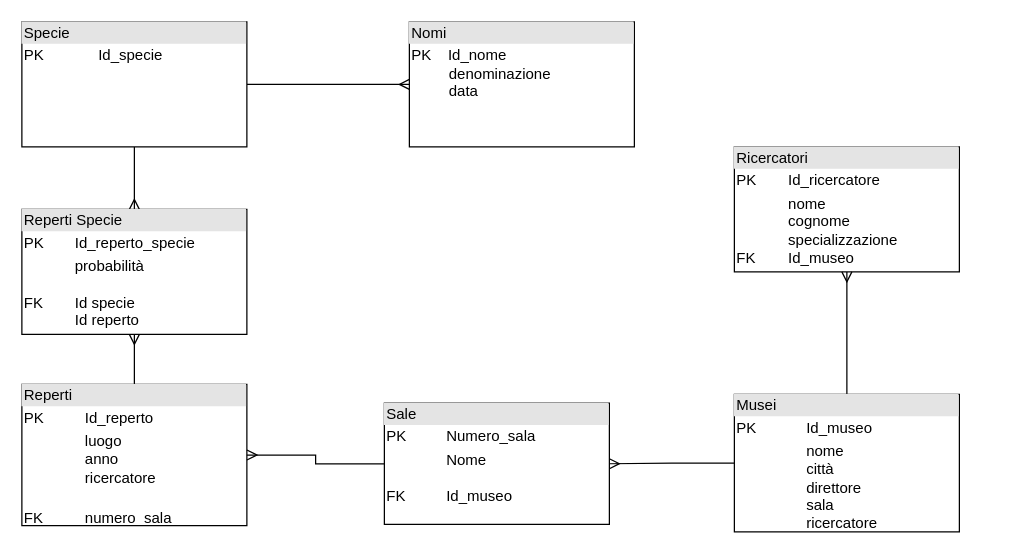
Above: Paleontologia.drawio in ObvTella/Informatica-Melita (draw.io), before the change. Source tidied: cells renumbered, new cells numbered last; positions are measured from the earlier drawing's top-left corner, leaving out a move shared by most shapes. Both pictures are drawn from the tidied source at 125%, with x=0, y=0 at pixel (21, 21).
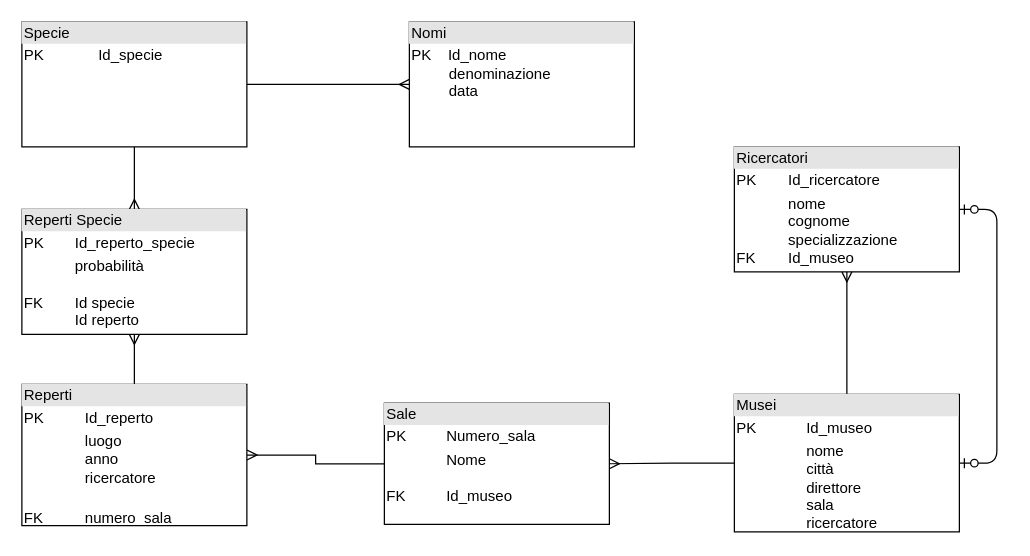
After the change.

Commit message:
added direttore reference

The edit, as a diff of the source:
```diff
@@
 <mxGraphModel background="#ffffff">
   <root>
     <mxCell id="0" />
     <mxCell id="1" parent="0" />
     <mxCell id="2" style="edgeStyle=orthogonalEdgeStyle;rounded=0;jettySize=auto;html=1;entryX=0.5;entryY=1;entryDx=0;entryDy=0;endArrow=ERmany;endFill=0;" parent="1" edge="1" source="3" target="16">
       <mxGeometry relative="1" as="geometry" />
     </mxCell>
     <mxCell id="3" value="&lt;div style=&quot;box-sizing: border-box ; width: 100% ; background: #e4e4e4 ; padding: 2px&quot;&gt;Reperti&lt;/div&gt;&lt;table style=&quot;width: 100% ; font-size: 1em&quot; cellpadding=&quot;2&quot; cellspacing=&quot;0&quot;&gt;&lt;tbody&gt;&lt;tr&gt;&lt;td&gt;PK&lt;/td&gt;&lt;td&gt;Id_reperto&lt;/td&gt;&lt;/tr&gt;&lt;tr&gt;&lt;td&gt;&amp;nbsp; &amp;nbsp; &amp;nbsp; &amp;nbsp;&lt;br&gt;&lt;br&gt;&lt;/td&gt;&lt;td&gt;luogo&lt;br&gt;anno&lt;br&gt;ricercatore&lt;br&gt;&lt;br&gt;&lt;/td&gt;&lt;/tr&gt;&lt;tr&gt;&lt;td&gt;FK&amp;nbsp;&amp;nbsp;&lt;/td&gt;&lt;td&gt;numero_sala&lt;br&gt;&lt;/td&gt;&lt;/tr&gt;&lt;/tbody&gt;&lt;/table&gt;" style="verticalAlign=top;align=left;overflow=fill;html=1;" parent="1" vertex="1">
       <mxGeometry y="290" width="180" height="113" as="geometry" />
     </mxCell>
     <mxCell id="4" value="&lt;div style=&quot;box-sizing: border-box ; width: 100% ; background: #e4e4e4 ; padding: 2px&quot;&gt;Ricercatori&lt;/div&gt;&lt;table style=&quot;width: 100% ; font-size: 1em&quot; cellpadding=&quot;2&quot; cellspacing=&quot;0&quot;&gt;&lt;tbody&gt;&lt;tr&gt;&lt;td&gt;PK&lt;/td&gt;&lt;td&gt;Id_ricercatore&lt;/td&gt;&lt;/tr&gt;&lt;tr&gt;&lt;td&gt;&amp;nbsp; &amp;nbsp; &amp;nbsp; &amp;nbsp;&lt;br&gt;&lt;br&gt;&lt;br&gt;FK&lt;/td&gt;&lt;td&gt;nome&lt;br&gt;cognome&lt;br&gt;specializzazione&lt;br&gt;Id_museo&lt;/td&gt;&lt;/tr&gt;&lt;/tbody&gt;&lt;/table&gt;" style="verticalAlign=top;align=left;overflow=fill;html=1;" parent="1" vertex="1">
       <mxGeometry x="570" y="100" width="180" height="100" as="geometry" />
     </mxCell>
     <mxCell id="5" style="edgeStyle=orthogonalEdgeStyle;rounded=0;jettySize=auto;html=1;entryX=1;entryY=0.5;entryDx=0;entryDy=0;endArrow=ERmany;endFill=0;" parent="1" edge="1" source="6" target="3">
       <mxGeometry relative="1" as="geometry" />
     </mxCell>
     <mxCell id="6" value="&lt;div style=&quot;box-sizing: border-box ; width: 100% ; background: #e4e4e4 ; padding: 2px&quot;&gt;Sale&lt;/div&gt;&lt;table style=&quot;width: 100% ; font-size: 1em&quot; cellpadding=&quot;2&quot; cellspacing=&quot;0&quot;&gt;&lt;tbody&gt;&lt;tr&gt;&lt;td&gt;PK&lt;/td&gt;&lt;td&gt;Numero_sala&lt;/td&gt;&lt;/tr&gt;&lt;tr&gt;&lt;td&gt;&amp;nbsp; &amp;nbsp; &amp;nbsp; &amp;nbsp;&lt;br&gt;FK&lt;/td&gt;&lt;td&gt;Nome&lt;br&gt;&lt;br&gt;Id_museo&lt;br&gt;&lt;br&gt;&lt;/td&gt;&lt;/tr&gt;&lt;/tbody&gt;&lt;/table&gt;" style="verticalAlign=top;align=left;overflow=fill;html=1;" parent="1" vertex="1">
       <mxGeometry x="290" y="305" width="180" height="97" as="geometry" />
     </mxCell>
     <mxCell id="7" style="edgeStyle=orthogonalEdgeStyle;rounded=0;jettySize=auto;html=1;entryX=1;entryY=0.5;entryDx=0;entryDy=0;endArrow=ERmany;endFill=0;" parent="1" edge="1" source="9" target="6">
       <mxGeometry relative="1" as="geometry" />
     </mxCell>
     <mxCell id="8" style="edgeStyle=orthogonalEdgeStyle;rounded=0;jettySize=auto;html=1;entryX=0.5;entryY=1;entryDx=0;entryDy=0;endArrow=ERmany;endFill=0;" parent="1" edge="1" source="9" target="4">
       <mxGeometry relative="1" as="geometry" />
     </mxCell>
     <mxCell id="9" value="&lt;div style=&quot;box-sizing: border-box ; width: 100% ; background: #e4e4e4 ; padding: 2px&quot;&gt;Musei&lt;/div&gt;&lt;table style=&quot;width: 100% ; font-size: 1em&quot; cellpadding=&quot;2&quot; cellspacing=&quot;0&quot;&gt;&lt;tbody&gt;&lt;tr&gt;&lt;td&gt;PK&lt;/td&gt;&lt;td&gt;Id_museo&lt;/td&gt;&lt;/tr&gt;&lt;tr&gt;&lt;td&gt;&amp;nbsp; &amp;nbsp; &amp;nbsp; &amp;nbsp;&lt;br&gt;&lt;br&gt;&lt;/td&gt;&lt;td&gt;nome&lt;br&gt;città&lt;br&gt;direttore&lt;br&gt;sala&lt;br&gt;ricercatore&lt;/td&gt;&lt;/tr&gt;&lt;tr&gt;&lt;td&gt;&lt;/td&gt;&lt;td&gt;&lt;br&gt;&lt;/td&gt;&lt;/tr&gt;&lt;/tbody&gt;&lt;/table&gt;" style="verticalAlign=top;align=left;overflow=fill;html=1;" parent="1" vertex="1">
       <mxGeometry x="570" y="298" width="180" height="110" as="geometry" />
     </mxCell>
     <mxCell id="10" style="edgeStyle=orthogonalEdgeStyle;rounded=0;jettySize=auto;html=1;entryX=0;entryY=0.25;entryDx=0;entryDy=0;strokeColor=none;endArrow=ERmany;endFill=0;" parent="1" edge="1" source="13" target="14">
       <mxGeometry relative="1" as="geometry" />
     </mxCell>
     <mxCell id="11" style="edgeStyle=orthogonalEdgeStyle;rounded=0;jettySize=auto;html=1;entryX=0;entryY=0.5;entryDx=0;entryDy=0;endArrow=ERmany;endFill=0;" parent="1" edge="1" source="13" target="14">
       <mxGeometry relative="1" as="geometry" />
     </mxCell>
     <mxCell id="12" style="edgeStyle=orthogonalEdgeStyle;rounded=0;jettySize=auto;html=1;entryX=0.5;entryY=0;entryDx=0;entryDy=0;endArrow=ERmany;endFill=0;" parent="1" edge="1" source="13" target="16">
       <mxGeometry relative="1" as="geometry" />
     </mxCell>
     <mxCell id="13" value="&lt;div style=&quot;box-sizing: border-box ; width: 100% ; background: #e4e4e4 ; padding: 2px&quot;&gt;Specie&lt;/div&gt;&lt;table style=&quot;width: 100% ; font-size: 1em&quot; cellpadding=&quot;2&quot; cellspacing=&quot;0&quot;&gt;&lt;tbody&gt;&lt;tr&gt;&lt;td&gt;PK&lt;/td&gt;&lt;td&gt;Id_specie&lt;/td&gt;&lt;/tr&gt;&lt;tr&gt;&lt;td&gt;&amp;nbsp; &amp;nbsp; &amp;nbsp; &amp;nbsp;&lt;br&gt;&lt;br&gt;&lt;/td&gt;&lt;td&gt;&lt;br&gt;&lt;br&gt;&lt;/td&gt;&lt;/tr&gt;&lt;/tbody&gt;&lt;/table&gt;" style="verticalAlign=top;align=left;overflow=fill;html=1;" parent="1" vertex="1">
       <mxGeometry width="180" height="100" as="geometry" />
     </mxCell>
     <mxCell id="14" value="&lt;div style=&quot;box-sizing: border-box ; width: 100% ; background: #e4e4e4 ; padding: 2px&quot;&gt;Nomi&lt;/div&gt;&lt;table style=&quot;width: 100% ; font-size: 1em&quot; cellpadding=&quot;2&quot; cellspacing=&quot;0&quot;&gt;&lt;tbody&gt;&lt;tr&gt;&lt;td&gt;PK&amp;nbsp; &amp;nbsp; Id_nome&lt;br&gt;&amp;nbsp; &amp;nbsp; &amp;nbsp; &amp;nbsp; &amp;nbsp;denominazione&lt;br&gt;&amp;nbsp; &amp;nbsp; &amp;nbsp; &amp;nbsp; &amp;nbsp;data&amp;nbsp; &amp;nbsp;&lt;/td&gt;&lt;td&gt;&lt;br&gt;&lt;/td&gt;&lt;/tr&gt;&lt;tr&gt;&lt;td&gt;&lt;/td&gt;&lt;td&gt;&lt;br&gt;&lt;/td&gt;&lt;/tr&gt;&lt;/tbody&gt;&lt;/table&gt;" style="verticalAlign=top;align=left;overflow=fill;html=1;" parent="1" vertex="1">
       <mxGeometry x="310" width="180" height="100" as="geometry" />
     </mxCell>
     <mxCell id="15" style="edgeStyle=orthogonalEdgeStyle;rounded=0;orthogonalLoop=1;jettySize=auto;html=1;exitX=0.5;exitY=1;exitDx=0;exitDy=0;endArrow=ERmany;endFill=0;" parent="1" edge="1" source="6" target="6">
       <mxGeometry relative="1" as="geometry" />
     </mxCell>
     <mxCell id="16" value="&lt;div style=&quot;box-sizing: border-box ; width: 100% ; background: #e4e4e4 ; padding: 2px&quot;&gt;Reperti Specie&lt;/div&gt;&lt;table style=&quot;width: 100% ; font-size: 1em&quot; cellpadding=&quot;2&quot; cellspacing=&quot;0&quot;&gt;&lt;tbody&gt;&lt;tr&gt;&lt;td&gt;PK&lt;/td&gt;&lt;td&gt;Id_reperto_specie&lt;/td&gt;&lt;/tr&gt;&lt;tr&gt;&lt;td&gt;&amp;nbsp; &amp;nbsp; &amp;nbsp; &amp;nbsp;&lt;br&gt;FK&amp;nbsp; &amp;nbsp;&lt;/td&gt;&lt;td&gt;probabilità&lt;br&gt;&lt;br&gt;Id specie&lt;br&gt;Id reperto&lt;br&gt;&lt;/td&gt;&lt;/tr&gt;&lt;/tbody&gt;&lt;/table&gt;" style="verticalAlign=top;align=left;overflow=fill;html=1;" parent="1" vertex="1">
       <mxGeometry y="150" width="180" height="100" as="geometry" />
     </mxCell>
+    <mxCell id="17" style="edgeStyle=entityRelationEdgeStyle;fontSize=12;html=1;endArrow=ERzeroToOne;startArrow=ERzeroToOne;entryX=1;entryY=0.5;entryDx=0;entryDy=0;exitX=1;exitY=0.5;exitDx=0;exitDy=0;startFill=1;endFill=1;" parent="1" edge="1" source="9" target="4">
+      <mxGeometry relative="1" as="geometry" />
+    </mxCell>
   </root>
 </mxGraphModel>
```
